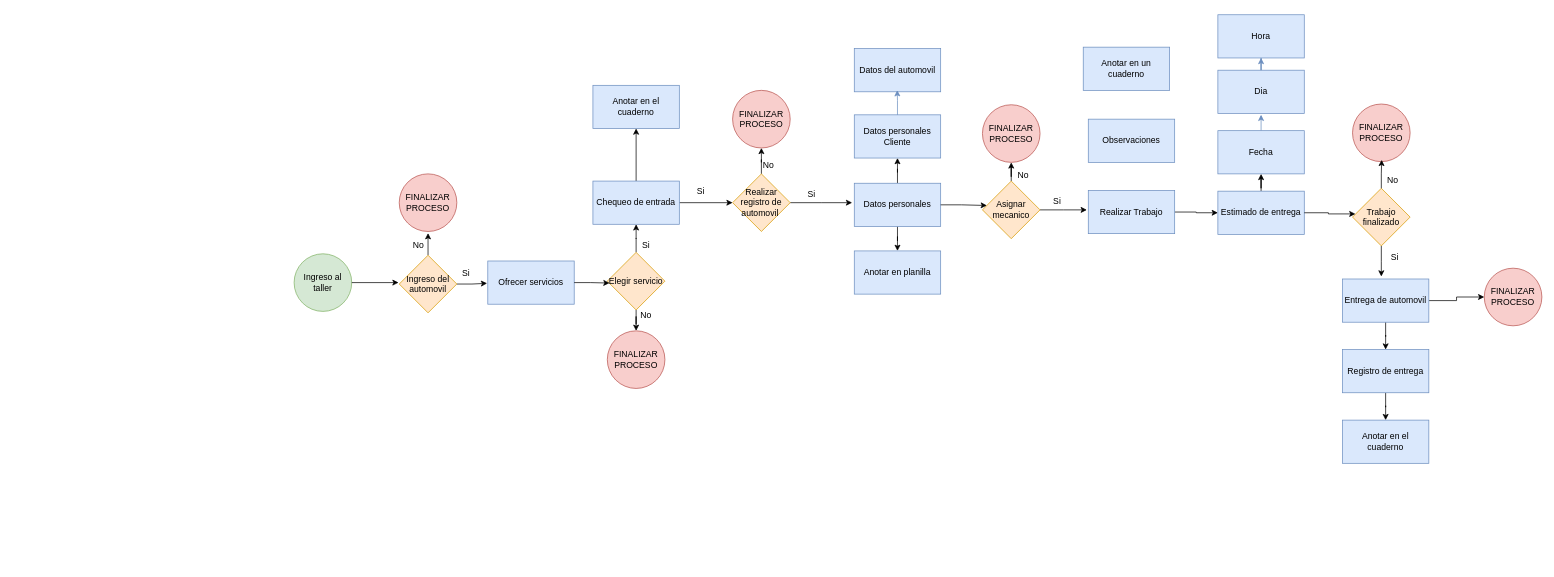
Zarpien06/ADSO-FPC keeps this draw.io diagram as page "Mapa de procesos" (1 of 2) of Mapa de procesos.drawio. Above is the earlier version. Source tidied: cells renumbered, new cells numbered last; positions are measured from the earlier drawing's top-left corner, leaving out a move shared by most shapes. Both pictures are drawn from the tidied source at 72%, with x=0, y=0 at pixel (294, 14).
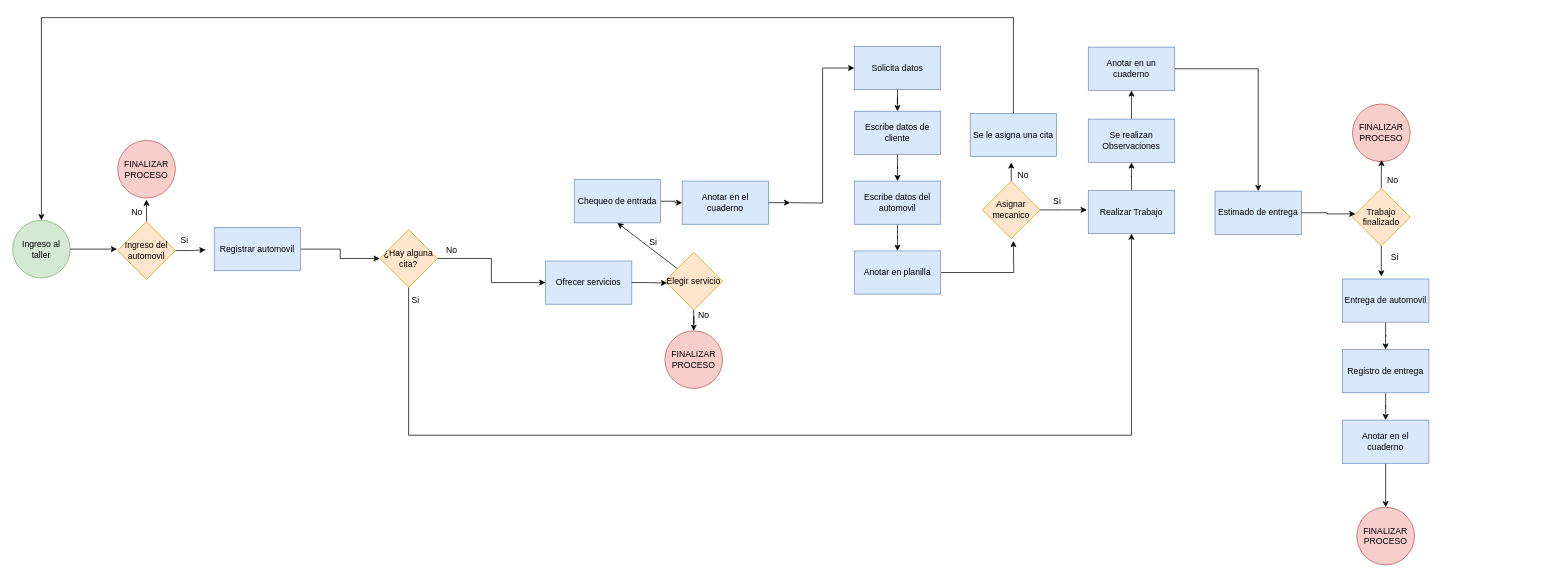
The same page after the edit.

Unchanged cells that the change refers to:
```xml
<mxCell id="30" value="Asignar mecanico" style="rhombus;whiteSpace=wrap;html=1;fillColor=#ffe6cc;strokeColor=#d79b00;" parent="1" vertex="1">
  <mxGeometry x="956" y="231" width="80" height="80" as="geometry" />
</mxCell>
<mxCell id="42" value="Anotar en planilla" style="rounded=0;whiteSpace=wrap;html=1;fillColor=#dae8fc;strokeColor=#6c8ebf;" parent="1" vertex="1">
  <mxGeometry x="778" y="328" width="120" height="60" as="geometry" />
</mxCell>
<mxCell id="48" value="Entrega de automovil" style="rounded=0;whiteSpace=wrap;html=1;fillColor=#dae8fc;strokeColor=#6c8ebf;" parent="1" vertex="1">
  <mxGeometry x="1456" y="367" width="120" height="60" as="geometry" />
</mxCell>
<mxCell id="50" value="Realizar Trabajo" style="rounded=0;whiteSpace=wrap;html=1;fillColor=#dae8fc;strokeColor=#6c8ebf;" parent="1" vertex="1">
  <mxGeometry x="1103" y="244" width="120" height="60" as="geometry" />
</mxCell>
<mxCell id="55" value="Anotar en el cuaderno" style="rounded=0;whiteSpace=wrap;html=1;fillColor=#dae8fc;strokeColor=#6c8ebf;" parent="1" vertex="1">
  <mxGeometry x="1456" y="563" width="120" height="60" as="geometry" />
</mxCell>
```

Change to the diagram source:
```diff
@@
     <mxCell id="2" value="Ingreso al taller" style="ellipse;whiteSpace=wrap;html=1;fillColor=#d5e8d4;strokeColor=#82b366;" parent="1" vertex="1">
-      <mxGeometry y="332" width="80" height="80" as="geometry" />
+      <mxGeometry x="-391" y="285.5" width="80" height="80" as="geometry" />
     </mxCell>
@@
-    <mxCell id="4" style="edgeStyle=orthogonalEdgeStyle;rounded=0;jettySize=auto;html=1;entryX=0.5;entryY=0;entryDx=0;entryDy=0;" parent="1" edge="1" source="5" target="42">
-      <mxGeometry relative="1" as="geometry" />
-    </mxCell>
-    <mxCell id="5" value="Datos personales" style="rounded=0;whiteSpace=wrap;html=1;fillColor=#dae8fc;strokeColor=#6c8ebf;" parent="1" vertex="1">
-      <mxGeometry x="778" y="234" width="120" height="60" as="geometry" />
+    <mxCell id="5" value="Solicita datos" style="rounded=0;whiteSpace=wrap;html=1;fillColor=#dae8fc;strokeColor=#6c8ebf;" parent="1" vertex="1">
+      <mxGeometry x="778" y="44" width="120" height="60" as="geometry" />
     </mxCell>
     <mxCell id="6" style="edgeStyle=orthogonalEdgeStyle;rounded=0;jettySize=auto;html=1;" parent="1" edge="1" source="8">
       <mxGeometry relative="1" as="geometry">
-        <mxPoint x="268" y="373" as="targetPoint" />
+        <mxPoint x="-123" y="326.5" as="targetPoint" />
       </mxGeometry>
     </mxCell>
     <mxCell id="7" style="edgeStyle=orthogonalEdgeStyle;rounded=0;jettySize=auto;html=1;" parent="1" edge="1" source="8">
       <mxGeometry relative="1" as="geometry">
-        <mxPoint x="186" y="303.3" as="targetPoint" />
+        <mxPoint x="-205" y="256.8" as="targetPoint" />
       </mxGeometry>
     </mxCell>
     <mxCell id="8" value="Ingreso del automovil" style="rhombus;whiteSpace=wrap;html=1;fillColor=#ffe6cc;strokeColor=#d79b00;" parent="1" vertex="1">
-      <mxGeometry x="146" y="334" width="80" height="80" as="geometry" />
+      <mxGeometry x="-245" y="287.5" width="80" height="80" as="geometry" />
     </mxCell>
@@
     <mxCell id="10" value="FINALIZAR PROCESO" style="ellipse;whiteSpace=wrap;html=1;fillColor=#f8cecc;strokeColor=#b85450;" parent="1" vertex="1">
-      <mxGeometry x="146" y="221" width="80" height="80" as="geometry" />
+      <mxGeometry x="-245" y="174.5" width="80" height="80" as="geometry" />
     </mxCell>
     <mxCell id="11" value="Ofrecer servicios" style="rounded=0;whiteSpace=wrap;html=1;fillColor=#dae8fc;strokeColor=#6c8ebf;" parent="1" vertex="1">
-      <mxGeometry x="269" y="342" width="120" height="60" as="geometry" />
+      <mxGeometry x="349" y="342" width="120" height="60" as="geometry" />
     </mxCell>
@@
-    <mxCell id="13" style="edgeStyle=orthogonalEdgeStyle;rounded=0;jettySize=auto;html=1;entryX=0.5;entryY=1;entryDx=0;entryDy=0;" parent="1" edge="1" source="14" target="18">
+    <mxCell id="13" style="rounded=0;jettySize=auto;html=1;entryX=0.5;entryY=1;entryDx=0;entryDy=0;" parent="1" edge="1" source="14" target="18">
       <mxGeometry relative="1" as="geometry" />
     </mxCell>
     <mxCell id="14" value="Elegir servicio" style="rhombus;whiteSpace=wrap;html=1;fillColor=#ffe6cc;strokeColor=#d79b00;" parent="1" vertex="1">
-      <mxGeometry x="435" y="330" width="80" height="80" as="geometry" />
+      <mxGeometry x="515" y="330" width="80" height="80" as="geometry" />
     </mxCell>
     <mxCell id="15" value="FINALIZAR PROCESO" style="ellipse;whiteSpace=wrap;html=1;fillColor=#f8cecc;strokeColor=#b85450;" parent="1" vertex="1">
-      <mxGeometry x="435" y="439" width="80" height="80" as="geometry" />
+      <mxGeometry x="515" y="439" width="80" height="80" as="geometry" />
     </mxCell>
-    <mxCell id="16" style="edgeStyle=orthogonalEdgeStyle;rounded=0;jettySize=auto;html=1;entryX=0.5;entryY=1;entryDx=0;entryDy=0;" parent="1" edge="1" source="18" target="20">
+    <mxCell id="16" style="edgeStyle=orthogonalEdgeStyle;rounded=0;jettySize=auto;html=1;entryX=0;entryY=0.5;entryDx=0;entryDy=0;" parent="1" edge="1" source="18" target="20">
       <mxGeometry relative="1" as="geometry" />
     </mxCell>
-    <mxCell id="17" style="edgeStyle=orthogonalEdgeStyle;rounded=0;jettySize=auto;html=1;" parent="1" edge="1" source="18" target="23">
-      <mxGeometry relative="1" as="geometry" />
-    </mxCell>
     <mxCell id="18" value="Chequeo de entrada" style="rounded=0;whiteSpace=wrap;html=1;fillColor=#dae8fc;strokeColor=#6c8ebf;" parent="1" vertex="1">
-      <mxGeometry x="415" y="231" width="120" height="60" as="geometry" />
+      <mxGeometry x="389" y="229" width="120" height="60" as="geometry" />
     </mxCell>
@@
+    <mxCell id="68" style="edgeStyle=orthogonalEdgeStyle;rounded=0;jettySize=auto;html=1;entryX=0;entryY=0.5;entryDx=0;entryDy=0;" parent="1" edge="1" source="20">
+      <mxGeometry relative="1" as="geometry">
+        <mxPoint x="689" y="261" as="targetPoint" />
+      </mxGeometry>
+    </mxCell>
     <mxCell id="20" value="Anotar en el cuaderno" style="rounded=0;whiteSpace=wrap;html=1;fillColor=#dae8fc;strokeColor=#6c8ebf;" parent="1" vertex="1">
-      <mxGeometry x="415" y="98" width="120" height="60" as="geometry" />
+      <mxGeometry x="539" y="231" width="120" height="60" as="geometry" />
     </mxCell>
-    <mxCell id="21" style="edgeStyle=orthogonalEdgeStyle;rounded=0;jettySize=auto;html=1;" parent="1" edge="1" source="23">
+    <mxCell id="21" style="edgeStyle=orthogonalEdgeStyle;rounded=0;jettySize=auto;html=1;entryX=0;entryY=0.5;entryDx=0;entryDy=0;" parent="1" edge="1" target="5">
       <mxGeometry relative="1" as="geometry">
-        <mxPoint x="775" y="261" as="targetPoint" />
+        <mxPoint x="689" y="261" as="sourcePoint" />
       </mxGeometry>
     </mxCell>
-    <mxCell id="22" style="edgeStyle=orthogonalEdgeStyle;rounded=0;jettySize=auto;html=1;" parent="1" edge="1" source="23" target="24">
-      <mxGeometry relative="1" as="geometry" />
-    </mxCell>
-    <mxCell id="23" value="Realizar registro de automovil&amp;nbsp;" style="rhombus;whiteSpace=wrap;html=1;fillColor=#ffe6cc;strokeColor=#d79b00;" parent="1" vertex="1">
-      <mxGeometry x="609" y="221" width="80" height="80" as="geometry" />
-    </mxCell>
-    <mxCell id="24" value="FINALIZAR PROCESO" style="ellipse;whiteSpace=wrap;html=1;fillColor=#f8cecc;strokeColor=#b85450;" parent="1" vertex="1">
-      <mxGeometry x="609" y="105" width="80" height="80" as="geometry" />
-    </mxCell>
+    <mxCell id="27" style="edgeStyle=orthogonalEdgeStyle;rounded=0;jettySize=auto;html=1;entryX=0.5;entryY=0;entryDx=0;entryDy=0;" parent="1" edge="1" source="25" target="26">
+      <mxGeometry relative="1" as="geometry" />
+    </mxCell>
-    <mxCell id="25" value="Datos personales Cliente" style="rounded=0;whiteSpace=wrap;html=1;fillColor=#dae8fc;strokeColor=#6c8ebf;" parent="1" vertex="1">
-      <mxGeometry x="778" y="139" width="120" height="60" as="geometry" />
+    <mxCell id="25" value="Escribe datos de cliente" style="rounded=0;whiteSpace=wrap;html=1;fillColor=#dae8fc;strokeColor=#6c8ebf;" parent="1" vertex="1">
+      <mxGeometry x="778" y="134" width="120" height="60" as="geometry" />
     </mxCell>
+    <mxCell id="69" style="edgeStyle=orthogonalEdgeStyle;rounded=0;jettySize=auto;html=1;" parent="1" edge="1" source="26" target="42">
+      <mxGeometry relative="1" as="geometry" />
+    </mxCell>
-    <mxCell id="26" value="Datos del automovil" style="rounded=0;whiteSpace=wrap;html=1;fillColor=#dae8fc;strokeColor=#6c8ebf;" parent="1" vertex="1">
-      <mxGeometry x="778" y="47" width="120" height="60" as="geometry" />
+    <mxCell id="26" value="Escribe datos del automovil" style="rounded=0;whiteSpace=wrap;html=1;fillColor=#dae8fc;strokeColor=#6c8ebf;" parent="1" vertex="1">
+      <mxGeometry x="778" y="231" width="120" height="60" as="geometry" />
     </mxCell>
-    <mxCell id="27" style="edgeStyle=orthogonalEdgeStyle;rounded=0;jettySize=auto;html=1;entryX=0.497;entryY=0.963;entryDx=0;entryDy=0;entryPerimeter=0;fillColor=#dae8fc;strokeColor=#6c8ebf;" parent="1" edge="1" source="25" target="26">
-      <mxGeometry relative="1" as="geometry" />
-    </mxCell>
@@
-    <mxCell id="29" style="edgeStyle=orthogonalEdgeStyle;rounded=0;jettySize=auto;html=1;entryX=0.5;entryY=1;entryDx=0;entryDy=0;" parent="1" edge="1" source="30" target="31">
-      <mxGeometry relative="1" as="geometry" />
+    <mxCell id="29" style="edgeStyle=orthogonalEdgeStyle;rounded=0;jettySize=auto;html=1;entryX=0.5;entryY=1;entryDx=0;entryDy=0;" parent="1" edge="1" source="30">
+      <mxGeometry relative="1" as="geometry">
+        <mxPoint x="996" y="205" as="targetPoint" />
+      </mxGeometry>
     </mxCell>
@@
-    <mxCell id="31" value="FINALIZAR PROCESO" style="ellipse;whiteSpace=wrap;html=1;fillColor=#f8cecc;strokeColor=#b85450;" parent="1" vertex="1">
-      <mxGeometry x="956" y="125" width="80" height="80" as="geometry" />
-    </mxCell>
-    <mxCell id="32" style="edgeStyle=orthogonalEdgeStyle;rounded=0;jettySize=auto;html=1;entryX=0.5;entryY=1;entryDx=0;entryDy=0;" parent="1" edge="1" source="33" target="38">
-      <mxGeometry relative="1" as="geometry" />
-    </mxCell>
     <mxCell id="33" value="Estimado de entrega" style="rounded=0;whiteSpace=wrap;html=1;fillColor=#dae8fc;strokeColor=#6c8ebf;" parent="1" vertex="1">
-      <mxGeometry x="1283" y="245" width="120" height="60" as="geometry" />
+      <mxGeometry x="1279" y="245" width="120" height="60" as="geometry" />
     </mxCell>
-    <mxCell id="34" style="edgeStyle=orthogonalEdgeStyle;rounded=0;jettySize=auto;html=1;entryX=0.5;entryY=1;entryDx=0;entryDy=0;fillColor=#dae8fc;strokeColor=#6c8ebf;" parent="1" edge="1" source="35" target="36">
-      <mxGeometry relative="1" as="geometry" />
-    </mxCell>
-    <mxCell id="35" value="Dia" style="rounded=0;whiteSpace=wrap;html=1;fillColor=#dae8fc;strokeColor=#6c8ebf;" parent="1" vertex="1">
-      <mxGeometry x="1283" y="77" width="120" height="60" as="geometry" />
-    </mxCell>
-    <mxCell id="36" value="Hora" style="rounded=0;whiteSpace=wrap;html=1;fillColor=#dae8fc;strokeColor=#6c8ebf;" parent="1" vertex="1">
-      <mxGeometry x="1283" width="120" height="60" as="geometry" />
-    </mxCell>
-    <mxCell id="37" style="edgeStyle=orthogonalEdgeStyle;rounded=0;jettySize=auto;html=1;fillColor=#dae8fc;strokeColor=#6c8ebf;" parent="1" edge="1" source="38">
-      <mxGeometry relative="1" as="geometry">
-        <mxPoint x="1343" y="138.9" as="targetPoint" />
-      </mxGeometry>
-    </mxCell>
-    <mxCell id="38" value="Fecha" style="rounded=0;whiteSpace=wrap;html=1;fillColor=#dae8fc;strokeColor=#6c8ebf;" parent="1" vertex="1">
-      <mxGeometry x="1283" y="161" width="120" height="60" as="geometry" />
-    </mxCell>
-    <mxCell id="39" style="edgeStyle=orthogonalEdgeStyle;rounded=0;jettySize=auto;html=1;entryX=0.077;entryY=0.424;entryDx=0;entryDy=0;entryPerimeter=0;" parent="1" edge="1" source="5" target="30">
-      <mxGeometry relative="1" as="geometry" />
-    </mxCell>
@@
+    <mxCell id="70" style="edgeStyle=orthogonalEdgeStyle;rounded=0;jettySize=auto;html=1;" parent="1" edge="1" source="42">
+      <mxGeometry relative="1" as="geometry">
+        <mxPoint x="999" y="314" as="targetPoint" />
+      </mxGeometry>
+    </mxCell>
@@
-    <mxCell id="47" style="edgeStyle=orthogonalEdgeStyle;rounded=0;jettySize=auto;html=1;entryX=0;entryY=0.5;entryDx=0;entryDy=0;" parent="1" edge="1" source="48" target="56">
-      <mxGeometry relative="1" as="geometry" />
-    </mxCell>
@@
-    <mxCell id="49" style="edgeStyle=orthogonalEdgeStyle;rounded=0;jettySize=auto;html=1;" parent="1" edge="1" source="50" target="33">
-      <mxGeometry relative="1" as="geometry" />
-    </mxCell>
+    <mxCell id="71" style="edgeStyle=orthogonalEdgeStyle;rounded=0;jettySize=auto;html=1;entryX=0.5;entryY=1;entryDx=0;entryDy=0;" parent="1" edge="1" source="50" target="51">
+      <mxGeometry relative="1" as="geometry" />
+    </mxCell>
@@
+    <mxCell id="72" style="edgeStyle=orthogonalEdgeStyle;rounded=0;jettySize=auto;html=1;entryX=0.5;entryY=1;entryDx=0;entryDy=0;" parent="1" edge="1" source="51" target="52">
+      <mxGeometry relative="1" as="geometry" />
+    </mxCell>
-    <mxCell id="51" value="Observaciones" style="rounded=0;whiteSpace=wrap;html=1;fillColor=#dae8fc;strokeColor=#6c8ebf;" parent="1" vertex="1">
+    <mxCell id="51" value="Se realizan Observaciones" style="rounded=0;whiteSpace=wrap;html=1;fillColor=#dae8fc;strokeColor=#6c8ebf;" parent="1" vertex="1">
       <mxGeometry x="1103" y="145" width="120" height="60" as="geometry" />
     </mxCell>
+    <mxCell id="73" style="edgeStyle=orthogonalEdgeStyle;rounded=0;jettySize=auto;html=1;entryX=0.5;entryY=0;entryDx=0;entryDy=0;" parent="1" edge="1" source="52" target="33">
+      <mxGeometry relative="1" as="geometry" />
+    </mxCell>
     <mxCell id="52" value="Anotar en un cuaderno" style="rounded=0;whiteSpace=wrap;html=1;fillColor=#dae8fc;strokeColor=#6c8ebf;" parent="1" vertex="1">
-      <mxGeometry x="1096" y="45" width="120" height="60" as="geometry" />
+      <mxGeometry x="1103" y="45" width="120" height="60" as="geometry" />
     </mxCell>
@@
+    <mxCell id="74" style="edgeStyle=orthogonalEdgeStyle;rounded=0;jettySize=auto;html=1;" parent="1" edge="1" source="55" target="56">
+      <mxGeometry relative="1" as="geometry" />
+    </mxCell>
@@
     <mxCell id="56" value="FINALIZAR PROCESO" style="ellipse;whiteSpace=wrap;html=1;fillColor=#f8cecc;strokeColor=#b85450;" parent="1" vertex="1">
-      <mxGeometry x="1653" y="352" width="80" height="80" as="geometry" />
+      <mxGeometry x="1476" y="684" width="80" height="80" as="geometry" />
     </mxCell>
@@
     <mxCell id="58" value="Si" style="text;html=1;align=center;verticalAlign=middle;whiteSpace=wrap;rounded=0;" parent="1" vertex="1">
-      <mxGeometry x="459" y="305" width="60" height="30" as="geometry" />
+      <mxGeometry x="469" y="301" width="60" height="30" as="geometry" />
     </mxCell>
-    <mxCell id="59" value="Si" style="text;html=1;align=center;verticalAlign=middle;whiteSpace=wrap;rounded=0;" parent="1" vertex="1">
-      <mxGeometry x="535" y="231" width="60" height="30" as="geometry" />
-    </mxCell>
-    <mxCell id="60" value="Si" style="text;html=1;align=center;verticalAlign=middle;whiteSpace=wrap;rounded=0;" parent="1" vertex="1">
-      <mxGeometry x="689" y="234" width="60" height="30" as="geometry" />
-    </mxCell>
@@
     <mxCell id="62" value="Si" style="text;html=1;align=center;verticalAlign=middle;whiteSpace=wrap;rounded=0;" parent="1" vertex="1">
-      <mxGeometry x="209" y="345" width="60" height="30" as="geometry" />
+      <mxGeometry x="-182" y="298.5" width="60" height="30" as="geometry" />
     </mxCell>
     <mxCell id="63" value="No" style="text;html=1;align=center;verticalAlign=middle;whiteSpace=wrap;rounded=0;" parent="1" vertex="1">
-      <mxGeometry x="143" y="305" width="60" height="30" as="geometry" />
+      <mxGeometry x="-248" y="258.5" width="60" height="30" as="geometry" />
     </mxCell>
     <mxCell id="64" value="No" style="text;html=1;align=center;verticalAlign=middle;whiteSpace=wrap;rounded=0;" parent="1" vertex="1">
-      <mxGeometry x="459" y="402" width="60" height="30" as="geometry" />
+      <mxGeometry x="539" y="402" width="60" height="30" as="geometry" />
     </mxCell>
-    <mxCell id="65" value="No" style="text;html=1;align=center;verticalAlign=middle;whiteSpace=wrap;rounded=0;" parent="1" vertex="1">
-      <mxGeometry x="629" y="194" width="60" height="30" as="geometry" />
-    </mxCell>
@@
+    <mxCell id="75" style="edgeStyle=orthogonalEdgeStyle;rounded=0;jettySize=auto;html=1;exitX=0.5;exitY=0;exitDx=0;exitDy=0;entryX=0.5;entryY=0;entryDx=0;entryDy=0;" parent="1" edge="1" source="76" target="2">
+      <mxGeometry relative="1" as="geometry">
+        <Array as="points">
+          <mxPoint x="999" y="4" />
+          <mxPoint x="-351" y="4" />
+        </Array>
+      </mxGeometry>
+    </mxCell>
+    <mxCell id="76" value="Se le asigna una cita" style="rounded=0;whiteSpace=wrap;html=1;fillColor=#dae8fc;strokeColor=#6c8ebf;" parent="1" vertex="1">
+      <mxGeometry x="939" y="137" width="120" height="60" as="geometry" />
+    </mxCell>
+    <mxCell id="77" style="edgeStyle=orthogonalEdgeStyle;rounded=0;jettySize=auto;html=1;exitX=1;exitY=0.5;exitDx=0;exitDy=0;" parent="1" edge="1" source="78" target="81">
+      <mxGeometry relative="1" as="geometry" />
+    </mxCell>
+    <mxCell id="78" value="Registrar automovil" style="rounded=0;whiteSpace=wrap;html=1;fillColor=#dae8fc;strokeColor=#6c8ebf;" parent="1" vertex="1">
+      <mxGeometry x="-111" y="295.5" width="120" height="60" as="geometry" />
+    </mxCell>
+    <mxCell id="79" style="edgeStyle=orthogonalEdgeStyle;rounded=0;jettySize=auto;html=1;exitX=0.5;exitY=1;exitDx=0;exitDy=0;entryX=0.5;entryY=1;entryDx=0;entryDy=0;" parent="1" edge="1" source="81" target="50">
+      <mxGeometry relative="1" as="geometry">
+        <Array as="points">
+          <mxPoint x="159" y="584" />
+          <mxPoint x="1163" y="584" />
+        </Array>
+      </mxGeometry>
+    </mxCell>
+    <mxCell id="80" style="edgeStyle=orthogonalEdgeStyle;rounded=0;jettySize=auto;html=1;" parent="1" edge="1" source="81" target="11">
+      <mxGeometry relative="1" as="geometry" />
+    </mxCell>
+    <mxCell id="81" value="¿Hay alguna cita?" style="rhombus;whiteSpace=wrap;html=1;fillColor=#ffe6cc;strokeColor=#d79b00;" parent="1" vertex="1">
+      <mxGeometry x="119" y="298.5" width="80" height="80" as="geometry" />
+    </mxCell>
+    <mxCell id="82" value="Si" style="text;html=1;align=center;verticalAlign=middle;whiteSpace=wrap;rounded=0;" parent="1" vertex="1">
+      <mxGeometry x="139" y="382" width="60" height="30" as="geometry" />
+    </mxCell>
+    <mxCell id="65" value="No" style="text;html=1;align=center;verticalAlign=middle;whiteSpace=wrap;rounded=0;" parent="1" vertex="1">
+      <mxGeometry x="189" y="312.5" width="60" height="30" as="geometry" />
+    </mxCell>
```
